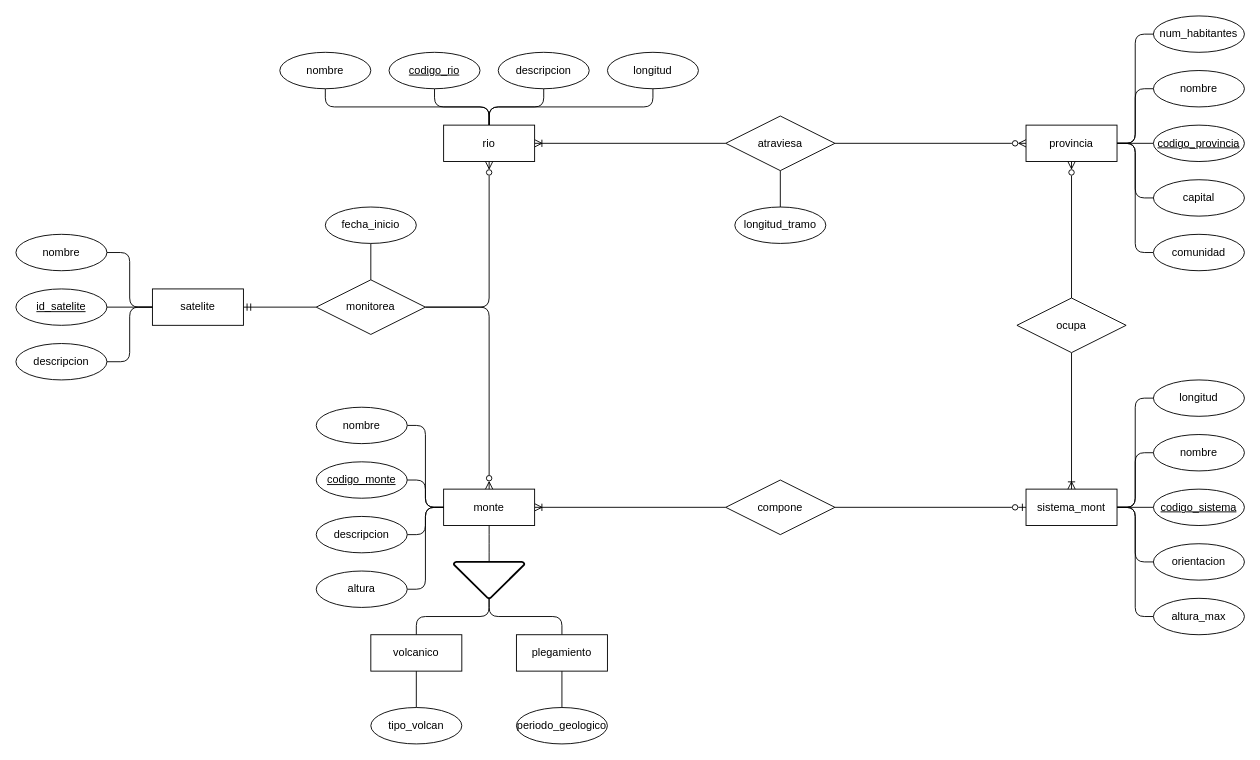
The draw.io diagram Activity-2.9.drawio in xmr-p/DatabaseCharts, before the edit. Source tidied: cells renumbered, new cells numbered last; positions are measured from the earlier drawing's top-left corner, leaving out a move shared by most shapes. Both pictures are drawn from the tidied source at 91%, with x=0, y=0 at pixel (15, 15).
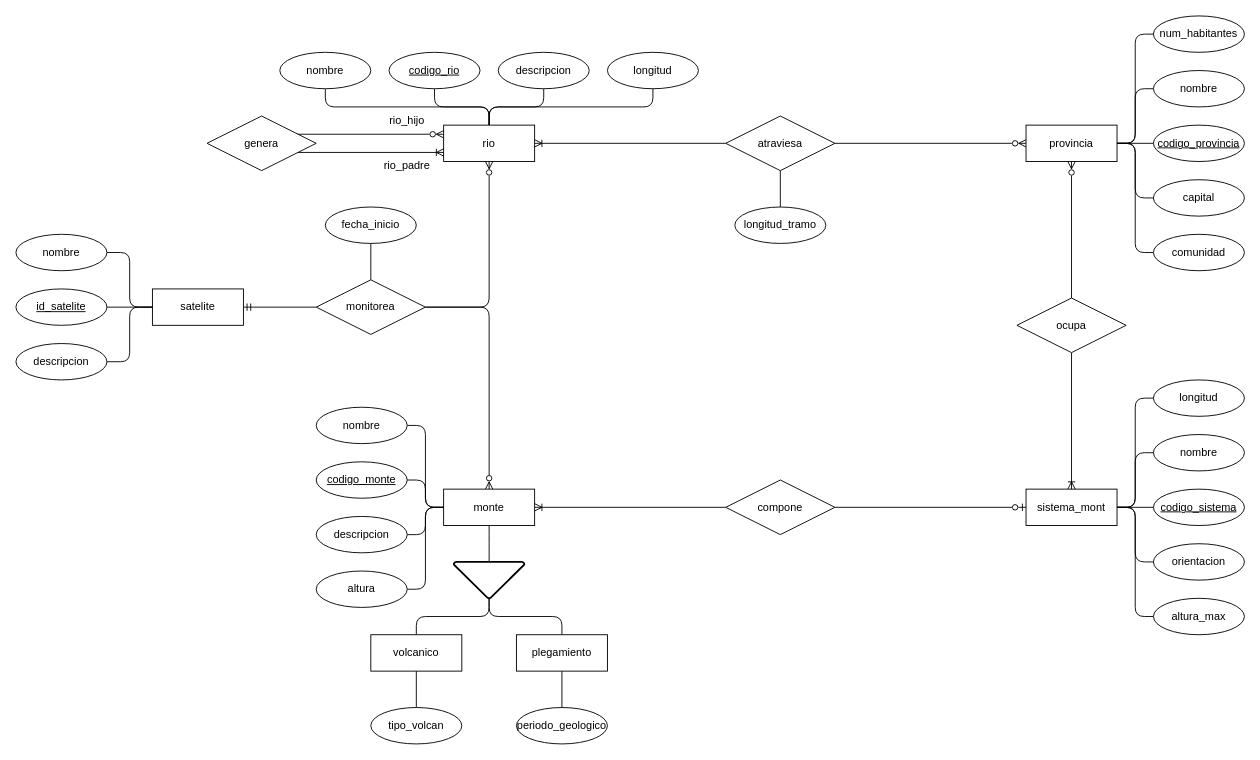
After the change.

Unchanged cells that the change refers to:
```xml
<mxCell id="22" value="rio" style="whiteSpace=wrap;html=1;align=center;" parent="1" vertex="1">
  <mxGeometry x="470" y="120" width="100" height="40" as="geometry" />
</mxCell>
```

Diff of the diagram source:
```diff
@@
+    <mxCell id="76" style="edgeStyle=orthogonalEdgeStyle;rounded=1;jettySize=auto;html=1;exitX=1;exitY=1;exitDx=0;exitDy=0;entryX=0;entryY=0.75;entryDx=0;entryDy=0;curved=0;endArrow=ERoneToMany;endFill=0;startArrow=none;startFill=0;" parent="1" edge="1" source="78" target="22">
+      <mxGeometry relative="1" as="geometry">
+        <Array as="points">
+          <mxPoint x="300" y="150" />
+        </Array>
+      </mxGeometry>
+    </mxCell>
+    <mxCell id="77" style="edgeStyle=orthogonalEdgeStyle;rounded=1;jettySize=auto;html=1;exitX=1;exitY=0;exitDx=0;exitDy=0;entryX=0;entryY=0.25;entryDx=0;entryDy=0;curved=0;endArrow=ERzeroToMany;endFill=0;" parent="1" edge="1" source="78" target="22">
+      <mxGeometry relative="1" as="geometry">
+        <Array as="points">
+          <mxPoint x="300" y="130" />
+        </Array>
+      </mxGeometry>
+    </mxCell>
+    <mxCell id="78" value="genera" style="shape=rhombus;perimeter=rhombusPerimeter;whiteSpace=wrap;html=1;align=center;" parent="1" vertex="1">
+      <mxGeometry x="210" y="110" width="120" height="60" as="geometry" />
+    </mxCell>
+    <mxCell id="79" value="rio_padre" style="text;html=1;align=center;verticalAlign=middle;whiteSpace=wrap;rounded=0;" parent="1" vertex="1">
+      <mxGeometry x="400" y="150" width="60" height="30" as="geometry" />
+    </mxCell>
+    <mxCell id="80" value="rio_hijo" style="text;html=1;align=center;verticalAlign=middle;whiteSpace=wrap;rounded=0;" parent="1" vertex="1">
+      <mxGeometry x="400" y="100" width="60" height="30" as="geometry" />
+    </mxCell>
```
